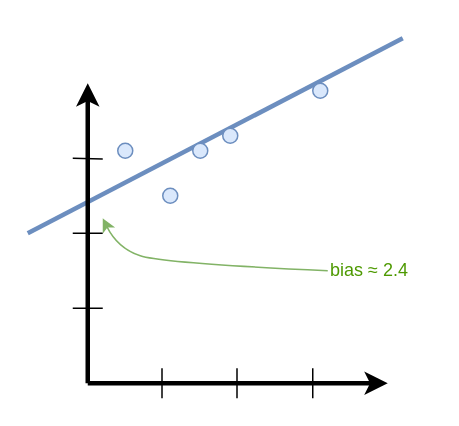
Above: book/images/ffn/bias.drawio in yshavit/llm-notes (draw.io), before the change. Source tidied: cells renumbered, new cells numbered last; positions are measured from the earlier drawing's top-left corner, leaving out a move shared by most shapes. Both pictures are drawn from the tidied source at 150%, with x=0, y=0 at pixel (27, 38).
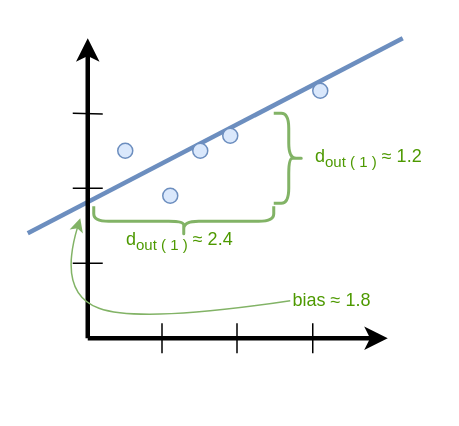
Above is the later version.

Diff of the diagram source:
```diff
@@
     <mxCell id="3" style="endArrow=classic;html=1;rounded=0;strokeWidth=3;exitX=0;exitY=1;exitDx=0;exitDy=0;" parent="1" edge="1">
       <mxGeometry relative="1" as="geometry">
-        <mxPoint x="40" y="230" as="sourcePoint" />
-        <mxPoint x="40" y="30" as="targetPoint" />
+        <mxPoint x="40" y="200" as="sourcePoint" />
+        <mxPoint x="40" as="targetPoint" />
       </mxGeometry>
     </mxCell>
     <mxCell id="4" style="endArrow=classic;html=1;rounded=0;strokeWidth=3;entryX=1;entryY=1;entryDx=0;entryDy=0;exitX=0;exitY=1;exitDx=0;exitDy=0;" parent="1" edge="1">
       <mxGeometry relative="1" as="geometry">
-        <mxPoint x="40" y="230" as="sourcePoint" />
-        <mxPoint x="240" y="230" as="targetPoint" />
+        <mxPoint x="40" y="200" as="sourcePoint" />
+        <mxPoint x="240" y="200" as="targetPoint" />
       </mxGeometry>
     </mxCell>
@@
     <mxCell id="10" style="endArrow=none;html=1;rounded=0;" parent="1" edge="1">
       <mxGeometry relative="1" as="geometry">
-        <mxPoint x="30" y="180" as="sourcePoint" />
-        <mxPoint x="50" y="180" as="targetPoint" />
+        <mxPoint x="30" y="150" as="sourcePoint" />
+        <mxPoint x="50" y="150" as="targetPoint" />
       </mxGeometry>
     </mxCell>
     <mxCell id="11" style="endArrow=none;html=1;rounded=0;" parent="1" edge="1">
       <mxGeometry relative="1" as="geometry">
-        <mxPoint x="30" y="130" as="sourcePoint" />
-        <mxPoint x="50" y="130" as="targetPoint" />
+        <mxPoint x="30" y="100" as="sourcePoint" />
+        <mxPoint x="50" y="100" as="targetPoint" />
       </mxGeometry>
     </mxCell>
     <mxCell id="12" style="endArrow=none;html=1;rounded=0;" parent="1" edge="1">
       <mxGeometry relative="1" as="geometry">
-        <mxPoint x="30" y="80" as="sourcePoint" />
-        <mxPoint x="50" y="80" as="targetPoint" />
+        <mxPoint x="30" y="50" as="sourcePoint" />
+        <mxPoint x="50" y="50" as="targetPoint" />
         <Array as="points">
-          <mxPoint x="50" y="80.5" />
+          <mxPoint x="50" y="50.5" />
         </Array>
       </mxGeometry>
     </mxCell>
     <mxCell id="13" style="endArrow=none;html=1;rounded=0;" parent="1" edge="1">
       <mxGeometry relative="1" as="geometry">
-        <mxPoint x="89.5" y="240" as="sourcePoint" />
-        <mxPoint x="89.5" y="220" as="targetPoint" />
+        <mxPoint x="89.5" y="210" as="sourcePoint" />
+        <mxPoint x="89.5" y="190" as="targetPoint" />
       </mxGeometry>
     </mxCell>
     <mxCell id="14" style="endArrow=none;html=1;rounded=0;" parent="1" edge="1">
       <mxGeometry relative="1" as="geometry">
-        <mxPoint x="139.5" y="240" as="sourcePoint" />
-        <mxPoint x="139.5" y="220" as="targetPoint" />
+        <mxPoint x="139.5" y="210" as="sourcePoint" />
+        <mxPoint x="139.5" y="190" as="targetPoint" />
       </mxGeometry>
     </mxCell>
     <mxCell id="15" style="endArrow=none;html=1;rounded=0;" parent="1" edge="1">
       <mxGeometry relative="1" as="geometry">
-        <mxPoint x="190" y="240" as="sourcePoint" />
-        <mxPoint x="190" y="220" as="targetPoint" />
+        <mxPoint x="190" y="210" as="sourcePoint" />
+        <mxPoint x="190" y="190" as="targetPoint" />
       </mxGeometry>
     </mxCell>
     <mxCell id="16" style="curved=1;endArrow=classic;html=1;rounded=0;fillColor=#d5e8d4;strokeColor=#82b366;exitX=0;exitY=0.5;exitDx=0;exitDy=0;" parent="1" edge="1" source="17">
       <mxGeometry relative="1" as="geometry">
-        <mxPoint x="50" y="120" as="targetPoint" />
+        <mxPoint x="35" y="120" as="targetPoint" />
         <Array as="points">
-          <mxPoint x="90" y="150" />
-          <mxPoint x="60" y="140" />
+          <mxPoint x="75" y="190" />
+          <mxPoint x="20" y="170" />
         </Array>
       </mxGeometry>
     </mxCell>
-    <mxCell id="17" value="bias&amp;nbsp;≈ 2.4" style="text;html=1;whiteSpace=wrap;strokeColor=none;fillColor=none;align=left;verticalAlign=middle;rounded=0;fontColor=#4D9900;" parent="1" vertex="1">
-      <mxGeometry x="200" y="140" width="60" height="30" as="geometry" />
+    <mxCell id="17" value="bias&amp;nbsp;≈ 1.8" style="text;html=1;whiteSpace=wrap;strokeColor=none;fillColor=none;align=left;verticalAlign=middle;rounded=0;fontColor=#4D9900;" parent="1" vertex="1">
+      <mxGeometry x="175" y="160" width="60" height="30" as="geometry" />
     </mxCell>
+    <mxCell id="18" style="shape=curlyBracket;whiteSpace=wrap;html=1;rounded=1;flipH=1;labelPosition=right;verticalLabelPosition=middle;align=left;verticalAlign=middle;strokeColor=#82B366;strokeWidth=2;" parent="1" vertex="1">
+      <mxGeometry x="164" y="50" width="20" height="60" as="geometry" />
+    </mxCell>
+    <mxCell id="19" style="shape=curlyBracket;whiteSpace=wrap;html=1;rounded=1;flipH=1;labelPosition=right;verticalLabelPosition=middle;align=left;verticalAlign=middle;strokeColor=#82B366;strokeWidth=2;rotation=90;" parent="1" vertex="1">
+      <mxGeometry x="94" y="62" width="20" height="120" as="geometry" />
+    </mxCell>
+    <mxCell id="20" value="d&lt;sub&gt;out ( 1 )&lt;/sub&gt;&amp;nbsp;≈ 2.4" style="text;html=1;whiteSpace=wrap;strokeColor=none;fillColor=none;align=left;verticalAlign=middle;rounded=0;fontColor=#4D9900;" parent="1" vertex="1">
+      <mxGeometry x="64" y="120" width="80" height="30" as="geometry" />
+    </mxCell>
+    <mxCell id="21" value="d&lt;sub&gt;out ( 1 )&lt;/sub&gt;&amp;nbsp;≈ 1.2" style="text;html=1;whiteSpace=wrap;strokeColor=none;fillColor=none;align=left;verticalAlign=middle;rounded=0;fontColor=#4D9900;" parent="1" vertex="1">
+      <mxGeometry x="190" y="65" width="80" height="30" as="geometry" />
+    </mxCell>
```
